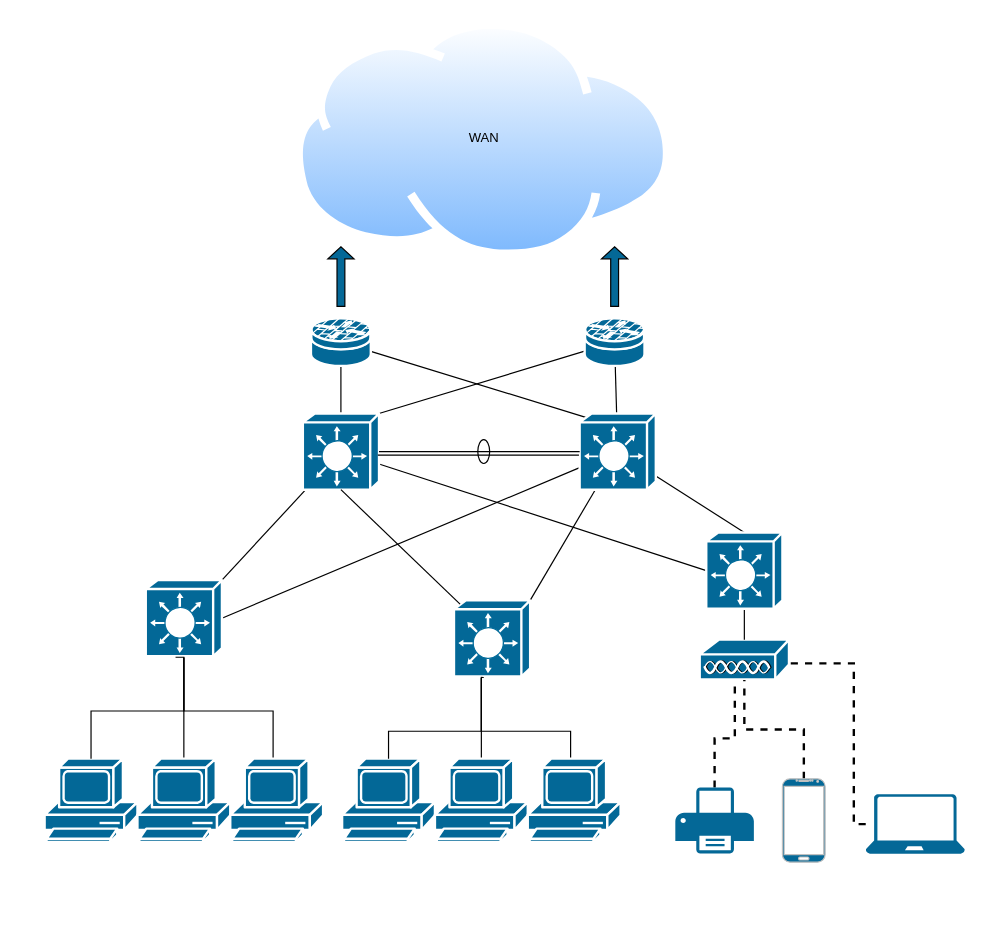
Above: page "Page-1" (1 of 2) of SuperNetwork.drawio in Reaimua/Network-Architecture-Project (draw.io), before the change. Source tidied: cells renumbered, new cells numbered last; positions are measured from the earlier drawing's top-left corner, leaving out a move shared by most shapes. Both pictures are drawn from the tidied source at 119%, with x=0, y=0 at pixel (44, 20).
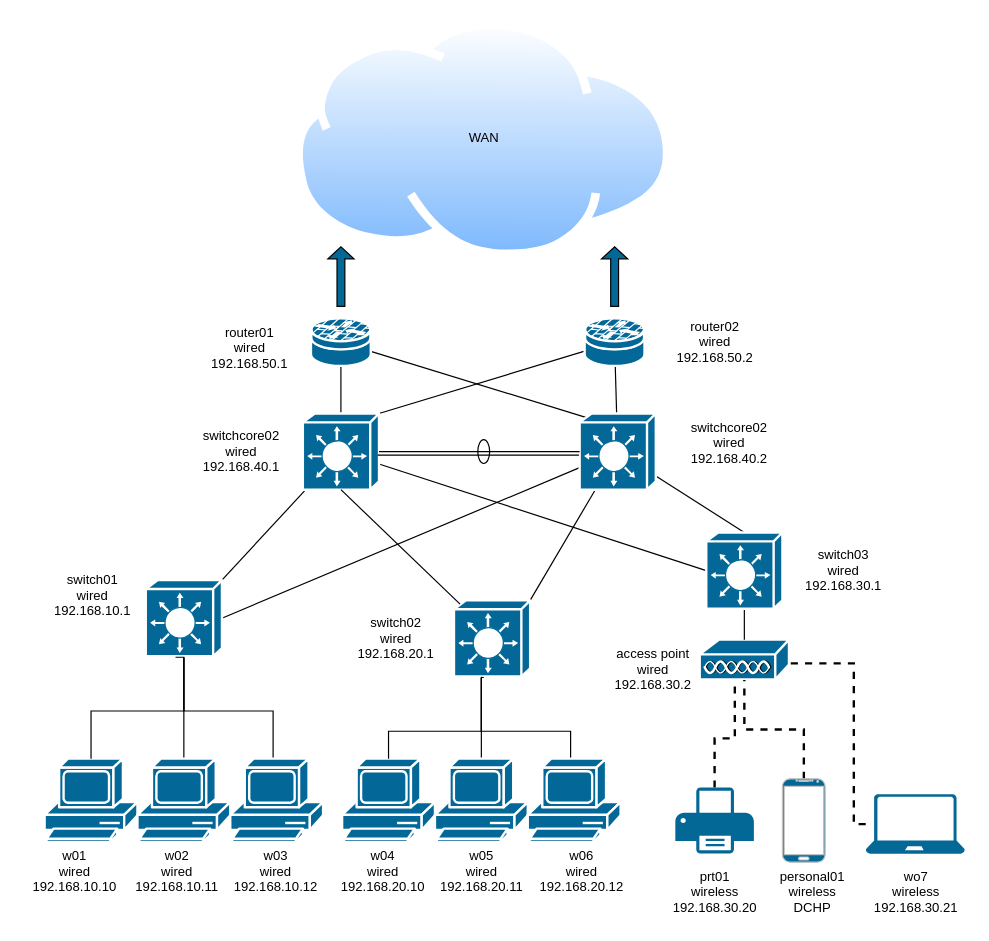
After the change.

Change to the diagram source:
```diff
@@
+    <mxCell id="46" value="switch01&lt;br&gt;wired&lt;br&gt;192.168.10.1" style="text;html=1;align=center;verticalAlign=middle;strokeColor=none;fillColor=none;fontSize=11;fontFamily=Helvetica;fontColor=default;" parent="1" vertex="1">
+      <mxGeometry x="-5" y="458" width="90" height="50" as="geometry" />
+    </mxCell>
+    <mxCell id="47" value="switch02&lt;br&gt;wired&lt;br&gt;192.168.20.1" style="text;html=1;align=center;verticalAlign=middle;strokeColor=none;fillColor=none;fontSize=11;fontFamily=Helvetica;fontColor=default;" parent="1" vertex="1">
+      <mxGeometry x="250" y="494" width="90" height="50" as="geometry" />
+    </mxCell>
+    <mxCell id="48" value="switch03&lt;br&gt;wired&lt;br&gt;192.168.30.1" style="text;html=1;align=center;verticalAlign=middle;strokeColor=none;fillColor=none;fontSize=11;fontFamily=Helvetica;fontColor=default;" parent="1" vertex="1">
+      <mxGeometry x="625.5" y="437" width="90" height="50" as="geometry" />
+    </mxCell>
+    <mxCell id="49" value="w01&lt;br&gt;wired&lt;br&gt;192.168.10.10" style="text;html=1;align=center;verticalAlign=middle;strokeColor=none;fillColor=none;fontSize=11;fontFamily=Helvetica;fontColor=default;" parent="1" vertex="1">
+      <mxGeometry x="-20" y="690" width="90" height="50" as="geometry" />
+    </mxCell>
+    <mxCell id="50" value="w02&lt;br&gt;wired&lt;br&gt;192.168.10.11" style="text;html=1;align=center;verticalAlign=middle;strokeColor=none;fillColor=none;fontSize=11;fontFamily=Helvetica;fontColor=default;" parent="1" vertex="1">
+      <mxGeometry x="66" y="690" width="90" height="50" as="geometry" />
+    </mxCell>
+    <mxCell id="51" value="w03&lt;br&gt;wired&lt;br&gt;192.168.10.12" style="text;html=1;align=center;verticalAlign=middle;strokeColor=none;fillColor=none;fontSize=11;fontFamily=Helvetica;fontColor=default;" parent="1" vertex="1">
+      <mxGeometry x="149" y="690" width="90" height="50" as="geometry" />
+    </mxCell>
+    <mxCell id="52" value="w04&lt;br&gt;wired&lt;br&gt;192.168.20.10" style="text;html=1;align=center;verticalAlign=middle;strokeColor=none;fillColor=none;fontSize=11;fontFamily=Helvetica;fontColor=default;" parent="1" vertex="1">
+      <mxGeometry x="239" y="690" width="90" height="50" as="geometry" />
+    </mxCell>
+    <mxCell id="53" value="w05&lt;br&gt;wired&lt;br&gt;192.168.20.11" style="text;html=1;align=center;verticalAlign=middle;strokeColor=none;fillColor=none;fontSize=11;fontFamily=Helvetica;fontColor=default;" parent="1" vertex="1">
+      <mxGeometry x="322" y="690" width="90" height="50" as="geometry" />
+    </mxCell>
+    <mxCell id="54" value="w06&lt;br&gt;wired&lt;br&gt;192.168.20.12" style="text;html=1;align=center;verticalAlign=middle;strokeColor=none;fillColor=none;fontSize=11;fontFamily=Helvetica;fontColor=default;" parent="1" vertex="1">
+      <mxGeometry x="406" y="690" width="90" height="50" as="geometry" />
+    </mxCell>
+    <mxCell id="55" value="access point&lt;br&gt;wired&lt;br&gt;192.168.30.2" style="text;html=1;align=center;verticalAlign=middle;strokeColor=none;fillColor=none;fontSize=11;fontFamily=Helvetica;fontColor=default;" parent="1" vertex="1">
+      <mxGeometry x="466" y="520" width="90" height="50" as="geometry" />
+    </mxCell>
+    <mxCell id="56" value="prt01&lt;br&gt;wireless&lt;br&gt;192.168.30.20" style="text;html=1;align=center;verticalAlign=middle;strokeColor=none;fillColor=none;fontSize=11;fontFamily=Helvetica;fontColor=default;" parent="1" vertex="1">
+      <mxGeometry x="518" y="707" width="90" height="50" as="geometry" />
+    </mxCell>
+    <mxCell id="57" value="wo7&lt;br&gt;wireless&lt;br&gt;192.168.30.21" style="text;html=1;align=center;verticalAlign=middle;strokeColor=none;fillColor=none;fontSize=11;fontFamily=Helvetica;fontColor=default;" parent="1" vertex="1">
+      <mxGeometry x="686.7" y="707" width="90" height="50" as="geometry" />
+    </mxCell>
+    <mxCell id="58" value="personal01&lt;br&gt;wireless&lt;br&gt;DCHP" style="text;html=1;align=center;verticalAlign=middle;strokeColor=none;fillColor=none;fontSize=11;fontFamily=Helvetica;fontColor=default;" parent="1" vertex="1">
+      <mxGeometry x="605" y="707" width="80" height="50" as="geometry" />
+    </mxCell>
+    <mxCell id="59" value="switchcore02&lt;br&gt;wired&lt;br&gt;192.168.40.2" style="text;html=1;align=center;verticalAlign=middle;strokeColor=none;fillColor=none;fontSize=11;fontFamily=Helvetica;fontColor=default;" parent="1" vertex="1">
+      <mxGeometry x="530" y="330" width="90" height="50" as="geometry" />
+    </mxCell>
+    <mxCell id="60" value="switchcore02&lt;br&gt;wired&lt;br&gt;192.168.40.1" style="text;html=1;align=center;verticalAlign=middle;strokeColor=none;fillColor=none;fontSize=11;fontFamily=Helvetica;fontColor=default;" parent="1" vertex="1">
+      <mxGeometry x="120" y="337" width="90" height="50" as="geometry" />
+    </mxCell>
+    <mxCell id="61" value="router01&lt;br&gt;wired&lt;br&gt;192.168.50.1" style="text;html=1;align=center;verticalAlign=middle;strokeColor=none;fillColor=none;fontSize=11;fontFamily=Helvetica;fontColor=default;" parent="1" vertex="1">
+      <mxGeometry x="127" y="250" width="90" height="50" as="geometry" />
+    </mxCell>
+    <mxCell id="62" value="router02&lt;br&gt;wired&lt;br&gt;192.168.50.2" style="text;html=1;align=center;verticalAlign=middle;strokeColor=none;fillColor=none;fontSize=11;fontFamily=Helvetica;fontColor=default;" parent="1" vertex="1">
+      <mxGeometry x="518" y="245" width="90" height="50" as="geometry" />
+    </mxCell>
```
